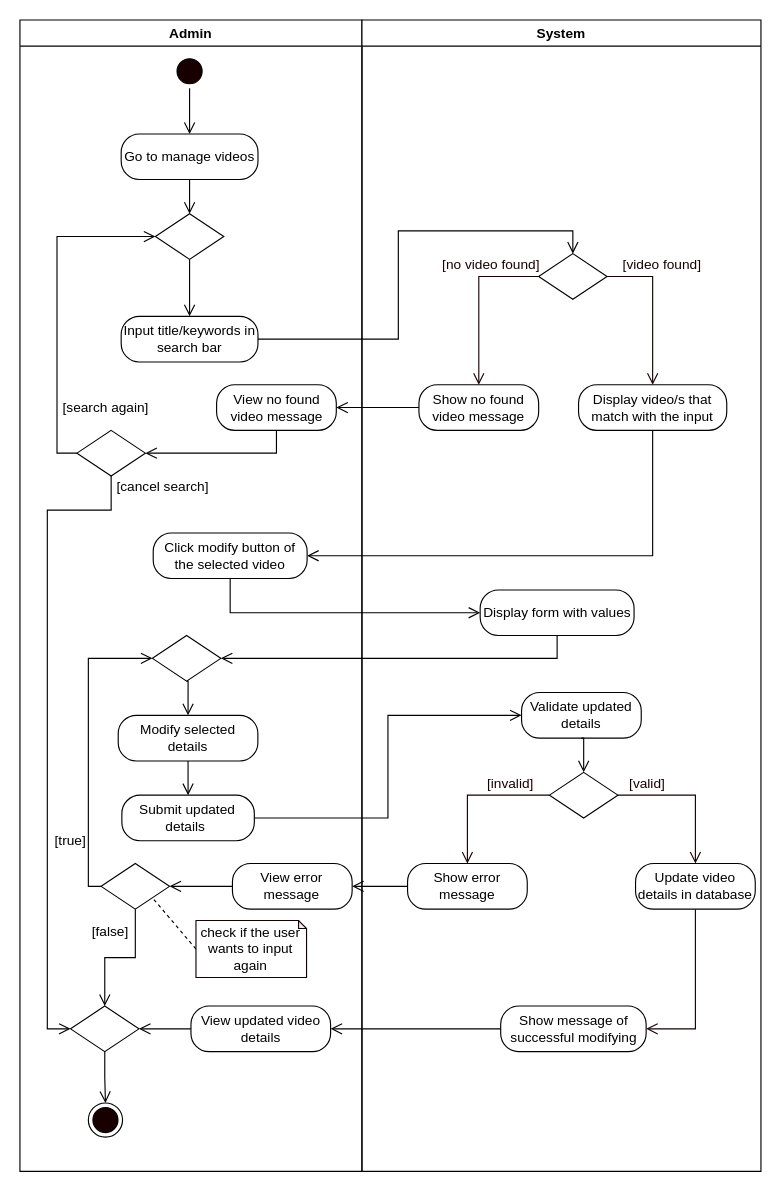
Above: page "Modify Video Details" (8 of 12) of REVISIONS/UML-DIAGRAMS/6-28-2021/ACTIVITY DIAGRAM/ACTIVITY DIAGRAM.drawio in mrklglsn/CAPSTONE-FILES (draw.io), before the change. Source tidied: cells renumbered, new cells numbered last; positions are measured from the earlier drawing's top-left corner, leaving out a move shared by most shapes. Both pictures are drawn from the tidied source at 114%, with x=0, y=0 at pixel (19, 19).
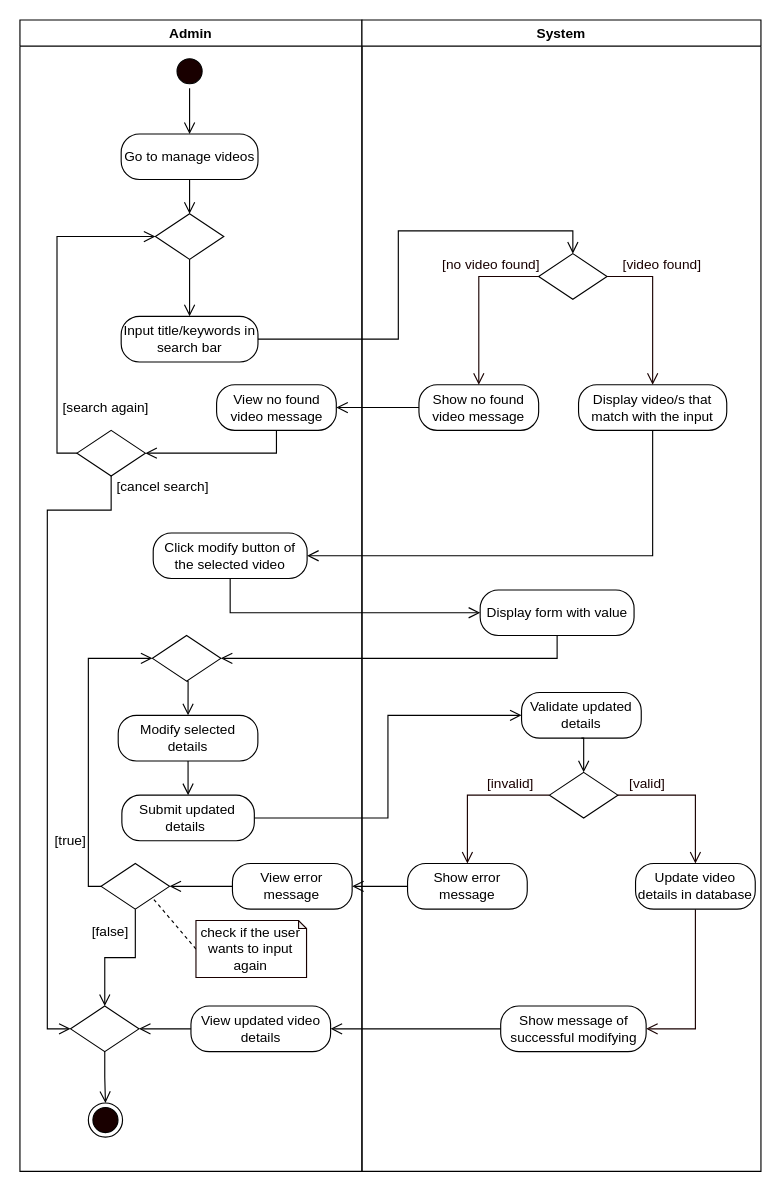
After the change.

Unchanged cells that the change refers to:
```xml
<mxCell id="30" value="System" style="swimlane;" parent="1" vertex="1">
  <mxGeometry x="300" width="350" height="1010" as="geometry" />
</mxCell>
```

The edit, as a diff of the source:
```diff
@@
-    <mxCell id="55" value="Display form with values" style="rounded=1;whiteSpace=wrap;html=1;arcSize=40;" parent="30" vertex="1">
+    <mxCell id="55" value="Display form with value" style="rounded=1;whiteSpace=wrap;html=1;arcSize=40;" parent="30" vertex="1">
       <mxGeometry x="103.7" y="500" width="135" height="40" as="geometry" />
     </mxCell>
```
